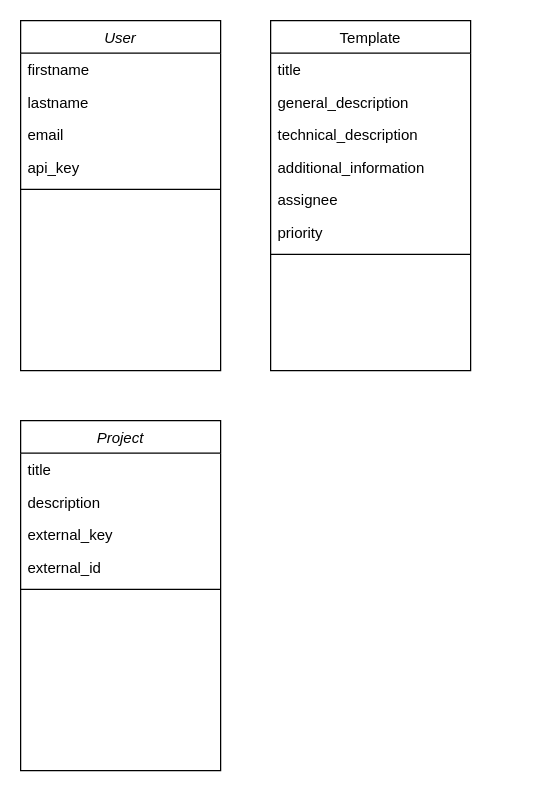
Above: diagrams/event_controller.drawio in NicoHahn/loopview (draw.io), before the change. Source tidied: cells renumbered, new cells numbered last; positions are measured from the earlier drawing's top-left corner, leaving out a move shared by most shapes. Both pictures are drawn from the tidied source at 125%, with x=0, y=0 at pixel (20, 20).
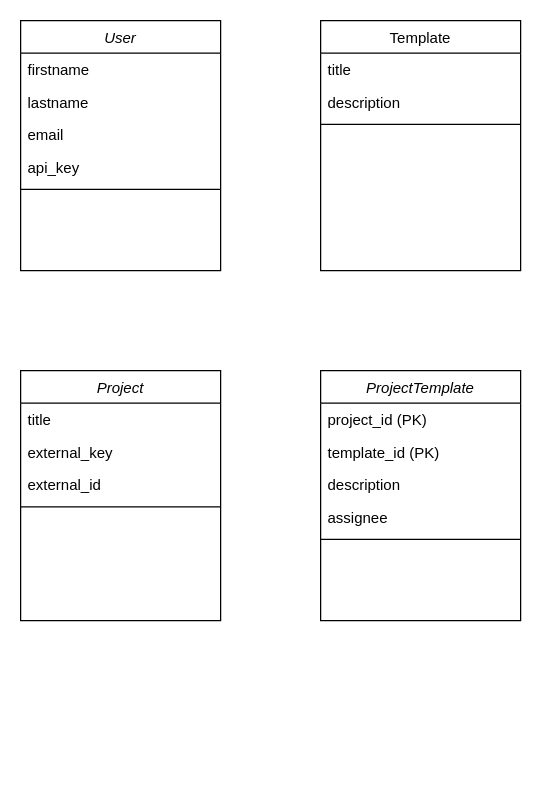
The same diagram, later.

The edit, as a diff of the source:
```diff
@@
     <mxCell id="2" value="User" style="swimlane;fontStyle=2;align=center;verticalAlign=top;horizontal=1;startSize=26;rounded=0;shadow=0;strokeWidth=1;" parent="1" vertex="1">
-      <mxGeometry width="160" height="280" as="geometry" />
+      <mxGeometry width="160" height="200" as="geometry" />
     </mxCell>
@@
     <mxCell id="8" value="Template" style="swimlane;fontStyle=0;align=center;verticalAlign=top;horizontal=1;startSize=26;rounded=0;shadow=0;strokeWidth=1;" parent="1" vertex="1">
-      <mxGeometry x="200" width="160" height="280" as="geometry" />
+      <mxGeometry x="240" width="160" height="200" as="geometry" />
     </mxCell>
@@
-    <mxCell id="10" value="general_description" style="text;align=left;verticalAlign=top;spacingLeft=4;spacingRight=4;overflow=hidden;rounded=0;shadow=0;html=0;" parent="8" vertex="1">
-      <mxGeometry y="52" width="160" height="26" as="geometry" />
-    </mxCell>
-    <mxCell id="11" value="technical_description" style="text;align=left;verticalAlign=top;spacingLeft=4;spacingRight=4;overflow=hidden;rounded=0;shadow=0;html=0;" parent="8" vertex="1">
-      <mxGeometry y="78" width="160" height="26" as="geometry" />
-    </mxCell>
-    <mxCell id="12" value="additional_information" style="text;align=left;verticalAlign=top;spacingLeft=4;spacingRight=4;overflow=hidden;rounded=0;shadow=0;html=0;" parent="8" vertex="1">
-      <mxGeometry y="104" width="160" height="26" as="geometry" />
-    </mxCell>
-    <mxCell id="13" value="assignee" style="text;align=left;verticalAlign=top;spacingLeft=4;spacingRight=4;overflow=hidden;rounded=0;shadow=0;html=0;" parent="8" vertex="1">
-      <mxGeometry y="130" width="160" height="26" as="geometry" />
-    </mxCell>
-    <mxCell id="14" value="priority" style="text;align=left;verticalAlign=top;spacingLeft=4;spacingRight=4;overflow=hidden;rounded=0;shadow=0;html=0;" parent="8" vertex="1">
-      <mxGeometry y="156" width="160" height="26" as="geometry" />
-    </mxCell>
+    <mxCell id="22" value="description" style="text;align=left;verticalAlign=top;spacingLeft=4;spacingRight=4;overflow=hidden;rounded=0;shadow=0;html=0;" parent="8" vertex="1">
+      <mxGeometry y="52" width="160" height="26" as="geometry" />
+    </mxCell>
     <mxCell id="15" style="line;html=1;strokeWidth=1;align=left;verticalAlign=middle;spacingTop=-1;spacingLeft=3;spacingRight=3;labelPosition=right;" parent="8" vertex="1">
-      <mxGeometry y="182" width="160" height="10" as="geometry" />
+      <mxGeometry y="78" width="160" height="10" as="geometry" />
     </mxCell>
     <mxCell id="16" value="Project" style="swimlane;fontStyle=2;align=center;verticalAlign=top;horizontal=1;startSize=26;rounded=0;shadow=0;strokeWidth=1;" parent="1" vertex="1">
-      <mxGeometry y="320" width="160" height="280" as="geometry" />
+      <mxGeometry y="280" width="160" height="200" as="geometry" />
     </mxCell>
@@
-    <mxCell id="18" value="description" style="text;align=left;verticalAlign=top;spacingLeft=4;spacingRight=4;overflow=hidden;" parent="16" vertex="1">
-      <mxGeometry y="52" width="160" height="26" as="geometry" />
-    </mxCell>
     <mxCell id="19" value="external_key" style="text;align=left;verticalAlign=top;spacingLeft=4;spacingRight=4;overflow=hidden;rounded=0;shadow=0;html=0;" parent="16" vertex="1">
-      <mxGeometry y="78" width="160" height="26" as="geometry" />
+      <mxGeometry y="52" width="160" height="26" as="geometry" />
     </mxCell>
     <mxCell id="20" value="external_id" style="text;align=left;verticalAlign=top;spacingLeft=4;spacingRight=4;overflow=hidden;rounded=0;shadow=0;html=0;" parent="16" vertex="1">
-      <mxGeometry y="104" width="160" height="26" as="geometry" />
+      <mxGeometry y="78" width="160" height="26" as="geometry" />
     </mxCell>
     <mxCell id="21" style="line;html=1;strokeWidth=1;align=left;verticalAlign=middle;spacingTop=-1;spacingLeft=3;spacingRight=3;labelPosition=right;" parent="16" vertex="1">
-      <mxGeometry y="130" width="160" height="10" as="geometry" />
+      <mxGeometry y="104" width="160" height="10" as="geometry" />
     </mxCell>
+    <mxCell id="23" value="ProjectTemplate" style="swimlane;fontStyle=2;align=center;verticalAlign=top;horizontal=1;startSize=26;rounded=0;shadow=0;strokeWidth=1;" parent="1" vertex="1">
+      <mxGeometry x="240" y="280" width="160" height="200" as="geometry" />
+    </mxCell>
+    <mxCell id="24" value="project_id (PK)" style="text;align=left;verticalAlign=top;spacingLeft=4;spacingRight=4;overflow=hidden;rounded=0;shadow=0;html=0;" parent="23" vertex="1">
+      <mxGeometry y="26" width="160" height="26" as="geometry" />
+    </mxCell>
+    <mxCell id="25" value="template_id (PK)" style="text;align=left;verticalAlign=top;spacingLeft=4;spacingRight=4;overflow=hidden;rounded=0;shadow=0;html=0;" parent="23" vertex="1">
+      <mxGeometry y="52" width="160" height="26" as="geometry" />
+    </mxCell>
+    <mxCell id="26" value="description" style="text;align=left;verticalAlign=top;spacingLeft=4;spacingRight=4;overflow=hidden;rounded=0;shadow=0;html=0;" parent="23" vertex="1">
+      <mxGeometry y="78" width="160" height="26" as="geometry" />
+    </mxCell>
+    <mxCell id="13" value="assignee" style="text;align=left;verticalAlign=top;spacingLeft=4;spacingRight=4;overflow=hidden;rounded=0;shadow=0;html=0;" parent="23" vertex="1">
+      <mxGeometry y="104" width="160" height="26" as="geometry" />
+    </mxCell>
+    <mxCell id="27" style="line;html=1;strokeWidth=1;align=left;verticalAlign=middle;spacingTop=-1;spacingLeft=3;spacingRight=3;labelPosition=right;" parent="23" vertex="1">
+      <mxGeometry y="130" width="160" height="10" as="geometry" />
+    </mxCell>
```
